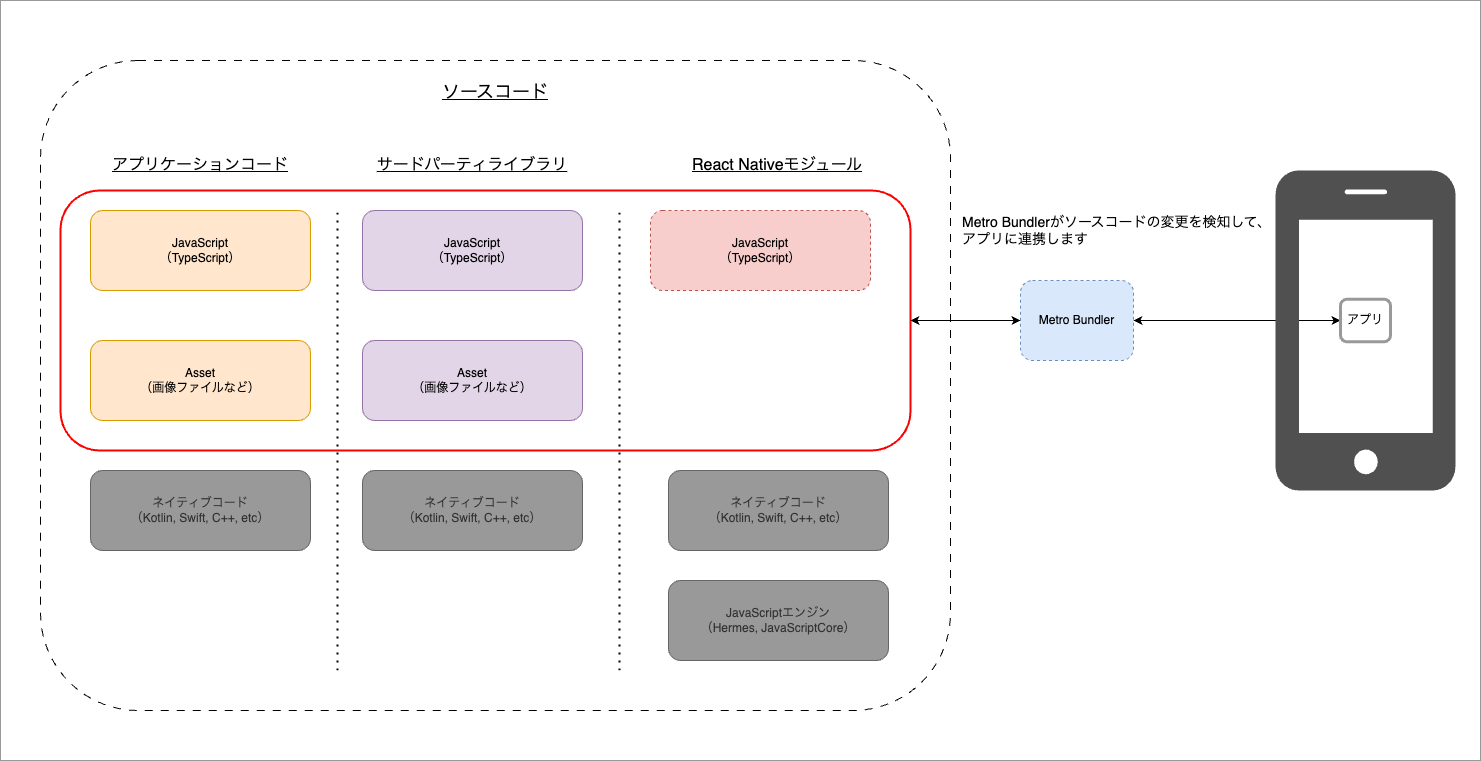
Before: website/docs/react-native/learn/basic-concepts/app-development-metro-bundler.drawio.png, a diagram exported from draw.io (ws-4020/mobile-app-crib-notes). Source tidied: cells renumbered, new cells last; positions are measured from the earlier drawing's top-left corner, leaving out a move shared by most shapes. Source of this version:
```xml
<mxGraphModel>
  <root>
    <mxCell id="0" />
    <mxCell id="1" parent="0" />
    <mxCell id="2" style="rounded=0;whiteSpace=wrap;html=1;fillColor=none;align=center;verticalAlign=top;spacingLeft=0;spacingBottom=0;spacingTop=14;fontSize=18;fontStyle=4;strokeColor=#999999;" parent="1" vertex="1">
      <mxGeometry width="1480" height="760" as="geometry" />
    </mxCell>
    <mxCell id="3" value="ソースコード" style="rounded=1;whiteSpace=wrap;html=1;fillColor=none;dashed=1;dashPattern=8 8;align=center;verticalAlign=top;spacingLeft=0;spacingBottom=0;spacingTop=14;fontSize=18;fontStyle=4;" parent="1" vertex="1">
      <mxGeometry x="40" y="60" width="910" height="650" as="geometry" />
    </mxCell>
    <mxCell id="4" style="rounded=1;whiteSpace=wrap;html=1;fillColor=none;align=center;verticalAlign=top;spacingLeft=0;spacingBottom=0;spacingTop=14;fontSize=18;fontStyle=4;strokeColor=#FF0000;strokeWidth=2;" parent="1" vertex="1">
      <mxGeometry x="60" y="190" width="850" height="260" as="geometry" />
    </mxCell>
    <mxCell id="5" value="JavaScript&lt;br style=&quot;font-size: 12px;&quot;&gt;（TypeScript）" style="rounded=1;whiteSpace=wrap;html=1;fontSize=12;align=center;verticalAlign=middle;fillColor=#ffe6cc;strokeColor=#d79b00;" parent="1" vertex="1">
      <mxGeometry x="90" y="210" width="220" height="80" as="geometry" />
    </mxCell>
    <mxCell id="6" value="Asset&lt;br style=&quot;font-size: 12px;&quot;&gt;（画像ファイルなど）" style="rounded=1;whiteSpace=wrap;html=1;fontSize=12;align=center;verticalAlign=middle;fillColor=#ffe6cc;strokeColor=#d79b00;" parent="1" vertex="1">
      <mxGeometry x="90" y="340" width="220" height="80" as="geometry" />
    </mxCell>
    <mxCell id="7" value="Metro Bundler" style="rounded=1;whiteSpace=wrap;html=1;fontSize=12;align=center;verticalAlign=middle;fillColor=#dae8fc;strokeColor=#6c8ebf;dashed=1;" parent="1" vertex="1">
      <mxGeometry x="1020" y="280" width="113" height="80" as="geometry" />
    </mxCell>
    <mxCell id="8" value="JavaScript&lt;br style=&quot;font-size: 12px;&quot;&gt;（TypeScript）" style="rounded=1;whiteSpace=wrap;html=1;fontSize=12;align=center;verticalAlign=middle;fillColor=#e1d5e7;strokeColor=#9673a6;" parent="1" vertex="1">
      <mxGeometry x="362" y="210" width="220" height="80" as="geometry" />
    </mxCell>
    <mxCell id="9" value="JavaScript&lt;br style=&quot;font-size: 12px;&quot;&gt;（TypeScript）" style="rounded=1;whiteSpace=wrap;html=1;fontSize=12;align=center;verticalAlign=middle;fillColor=#f8cecc;strokeColor=#b85450;dashed=1;" parent="1" vertex="1">
      <mxGeometry x="650" y="210" width="220" height="80" as="geometry" />
    </mxCell>
    <mxCell id="10" value="アプリケーションコード" style="text;html=1;strokeColor=none;fillColor=none;align=center;verticalAlign=middle;whiteSpace=wrap;rounded=0;fontSize=16;fontStyle=4;" parent="1" vertex="1">
      <mxGeometry x="105" y="150" width="190" height="30" as="geometry" />
    </mxCell>
    <mxCell id="11" value="サードパーティライブラリ" style="text;html=1;strokeColor=none;fillColor=none;align=center;verticalAlign=middle;whiteSpace=wrap;rounded=0;fontSize=16;fontStyle=4;" parent="1" vertex="1">
      <mxGeometry x="372" y="150" width="200" height="30" as="geometry" />
    </mxCell>
    <mxCell id="12" value="React Nativeモジュール" style="text;html=1;strokeColor=none;fillColor=none;align=center;verticalAlign=middle;whiteSpace=wrap;rounded=0;fontSize=16;fontStyle=4;" parent="1" vertex="1">
      <mxGeometry x="677" y="150" width="200" height="30" as="geometry" />
    </mxCell>
    <mxCell id="13" style="endArrow=none;dashed=1;html=1;dashPattern=1 3;strokeWidth=2;rounded=0;" parent="1" edge="1">
      <mxGeometry relative="1" as="geometry">
        <mxPoint x="337" y="670" as="sourcePoint" />
        <mxPoint x="337" y="210" as="targetPoint" />
      </mxGeometry>
    </mxCell>
    <mxCell id="14" value="Asset&lt;br style=&quot;font-size: 12px;&quot;&gt;（画像ファイルなど）" style="rounded=1;whiteSpace=wrap;html=1;fontSize=12;align=center;verticalAlign=middle;fillColor=#e1d5e7;strokeColor=#9673a6;" parent="1" vertex="1">
      <mxGeometry x="362" y="340" width="220" height="80" as="geometry" />
    </mxCell>
    <mxCell id="15" value="Metro Bundlerがソースコードの変更を検知して、&lt;br&gt;アプリに連携します" style="text;html=1;strokeColor=none;fillColor=none;align=left;verticalAlign=middle;whiteSpace=wrap;rounded=0;fontSize=14;" parent="1" vertex="1">
      <mxGeometry x="960" y="210" width="320" height="40" as="geometry" />
    </mxCell>
    <mxCell id="16" style="endArrow=classic;startArrow=classic;html=1;rounded=0;exitX=1;exitY=0.5;exitDx=0;exitDy=0;entryX=0;entryY=0.5;entryDx=0;entryDy=0;" parent="1" edge="1" source="4" target="7">
      <mxGeometry relative="1" as="geometry" />
    </mxCell>
    <mxCell id="17" style="endArrow=classic;startArrow=classic;html=1;rounded=0;entryX=0;entryY=0.5;entryDx=0;entryDy=0;" parent="1" edge="1" source="7" target="23">
      <mxGeometry relative="1" as="geometry" />
    </mxCell>
    <mxCell id="18" value="ネイティブコード&lt;br style=&quot;font-size: 12px;&quot;&gt;（Kotlin, Swift, C++, etc）" style="rounded=1;whiteSpace=wrap;html=1;fontSize=12;align=center;verticalAlign=middle;fillColor=#999999;strokeColor=#666666;fontColor=#333333;" parent="1" vertex="1">
      <mxGeometry x="668" y="470" width="220" height="80" as="geometry" />
    </mxCell>
    <mxCell id="19" value="ネイティブコード&lt;br style=&quot;font-size: 12px;&quot;&gt;（Kotlin, Swift, C++, etc）" style="rounded=1;whiteSpace=wrap;html=1;fontSize=12;align=center;verticalAlign=middle;fillColor=#999999;strokeColor=#666666;fontColor=#333333;" parent="1" vertex="1">
      <mxGeometry x="90" y="470" width="220" height="80" as="geometry" />
    </mxCell>
    <mxCell id="20" value="ネイティブコード&lt;br style=&quot;font-size: 12px;&quot;&gt;（Kotlin, Swift, C++, etc）" style="rounded=1;whiteSpace=wrap;html=1;fontSize=12;align=center;verticalAlign=middle;fillColor=#999999;strokeColor=#666666;fontColor=#333333;" parent="1" vertex="1">
      <mxGeometry x="362" y="470" width="220" height="80" as="geometry" />
    </mxCell>
    <mxCell id="21" value="JavaScriptエンジン&lt;br style=&quot;font-size: 12px;&quot;&gt;（Hermes, JavaScriptCore）" style="rounded=1;whiteSpace=wrap;html=1;fontSize=12;align=center;verticalAlign=middle;fillColor=#999999;strokeColor=#666666;fontColor=#333333;" parent="1" vertex="1">
      <mxGeometry x="668" y="580" width="220" height="80" as="geometry" />
    </mxCell>
    <mxCell id="22" style="shadow=0;dashed=0;html=1;strokeColor=none;fillColor=#505050;labelPosition=center;verticalLabelPosition=bottom;verticalAlign=top;align=center;shape=mxgraph.office.devices.cell_phone_iphone_proportional;" parent="1" vertex="1">
      <mxGeometry x="1275" y="170" width="180" height="320" as="geometry" />
    </mxCell>
    <mxCell id="23" value="アプリ" style="rounded=1;whiteSpace=wrap;html=1;strokeWidth=3;strokeColor=#999999;" parent="1" vertex="1">
      <mxGeometry x="1340" y="298.8" width="50" height="42.5" as="geometry" />
    </mxCell>
    <mxCell id="24" style="endArrow=none;dashed=1;html=1;dashPattern=1 3;strokeWidth=2;rounded=0;" parent="1" edge="1">
      <mxGeometry relative="1" as="geometry">
        <mxPoint x="619" y="670" as="sourcePoint" />
        <mxPoint x="619" y="210" as="targetPoint" />
      </mxGeometry>
    </mxCell>
  </root>
</mxGraphModel>
```
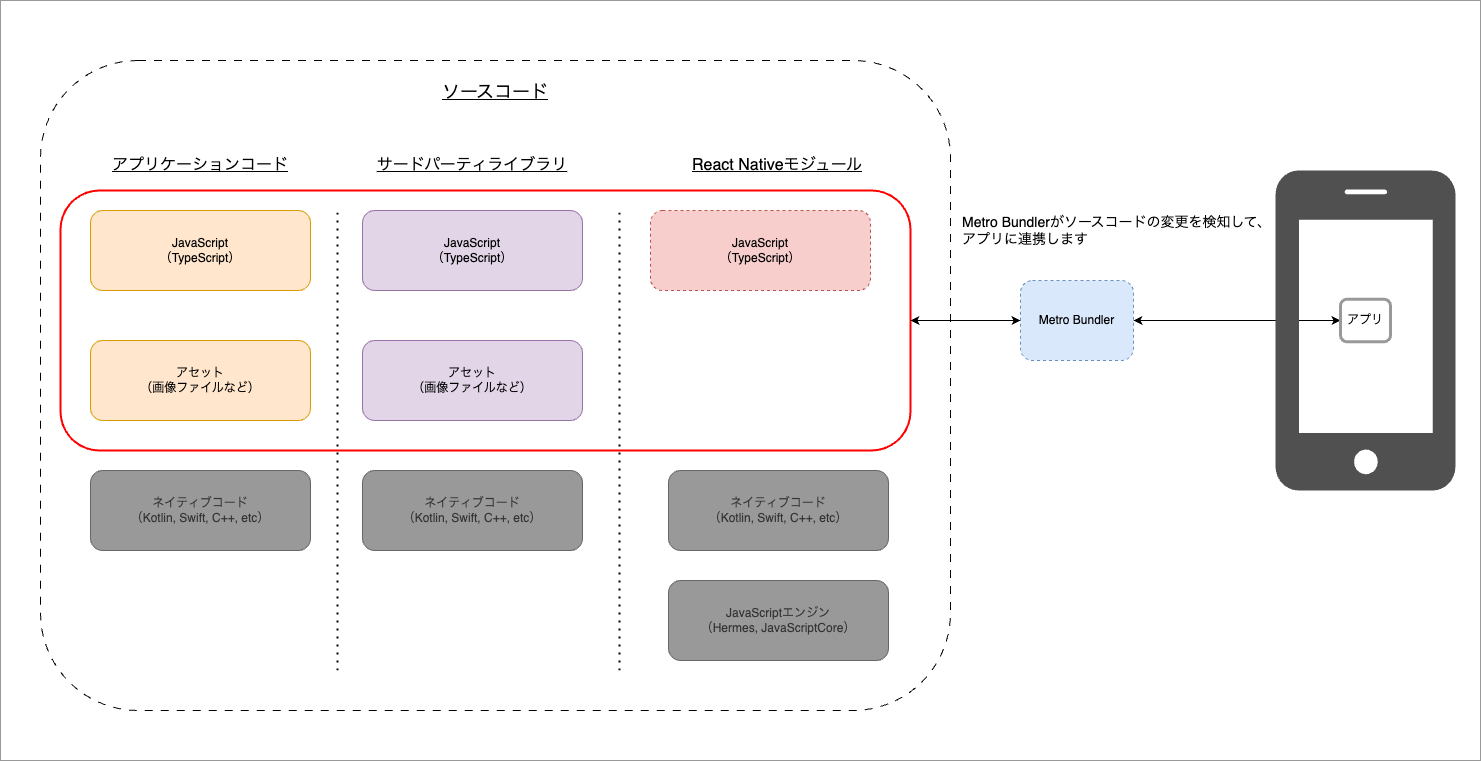
Later version of the same file.

Diff of the diagram source:
```diff
@@ -14,7 +14,7 @@
     <mxCell id="5" value="JavaScript&lt;br style=&quot;font-size: 12px;&quot;&gt;（TypeScript）" style="rounded=1;whiteSpace=wrap;html=1;fontSize=12;align=center;verticalAlign=middle;fillColor=#ffe6cc;strokeColor=#d79b00;" parent="1" vertex="1">
       <mxGeometry x="90" y="210" width="220" height="80" as="geometry" />
     </mxCell>
-    <mxCell id="6" value="Asset&lt;br style=&quot;font-size: 12px;&quot;&gt;（画像ファイルなど）" style="rounded=1;whiteSpace=wrap;html=1;fontSize=12;align=center;verticalAlign=middle;fillColor=#ffe6cc;strokeColor=#d79b00;" parent="1" vertex="1">
+    <mxCell id="6" value="アセット&lt;br style=&quot;font-size: 12px;&quot;&gt;（画像ファイルなど）" style="rounded=1;whiteSpace=wrap;html=1;fontSize=12;align=center;verticalAlign=middle;fillColor=#ffe6cc;strokeColor=#d79b00;" parent="1" vertex="1">
       <mxGeometry x="90" y="340" width="220" height="80" as="geometry" />
     </mxCell>
     <mxCell id="7" value="Metro Bundler" style="rounded=1;whiteSpace=wrap;html=1;fontSize=12;align=center;verticalAlign=middle;fillColor=#dae8fc;strokeColor=#6c8ebf;dashed=1;" parent="1" vertex="1">
@@ -41,7 +41,7 @@
         <mxPoint x="337" y="210" as="targetPoint" />
       </mxGeometry>
     </mxCell>
-    <mxCell id="14" value="Asset&lt;br style=&quot;font-size: 12px;&quot;&gt;（画像ファイルなど）" style="rounded=1;whiteSpace=wrap;html=1;fontSize=12;align=center;verticalAlign=middle;fillColor=#e1d5e7;strokeColor=#9673a6;" parent="1" vertex="1">
+    <mxCell id="14" value="アセット&lt;br style=&quot;font-size: 12px;&quot;&gt;（画像ファイルなど）" style="rounded=1;whiteSpace=wrap;html=1;fontSize=12;align=center;verticalAlign=middle;fillColor=#e1d5e7;strokeColor=#9673a6;" parent="1" vertex="1">
       <mxGeometry x="362" y="340" width="220" height="80" as="geometry" />
     </mxCell>
     <mxCell id="15" value="Metro Bundlerがソースコードの変更を検知して、&lt;br&gt;アプリに連携します" style="text;html=1;strokeColor=none;fillColor=none;align=left;verticalAlign=middle;whiteSpace=wrap;rounded=0;fontSize=14;" parent="1" vertex="1">
```
